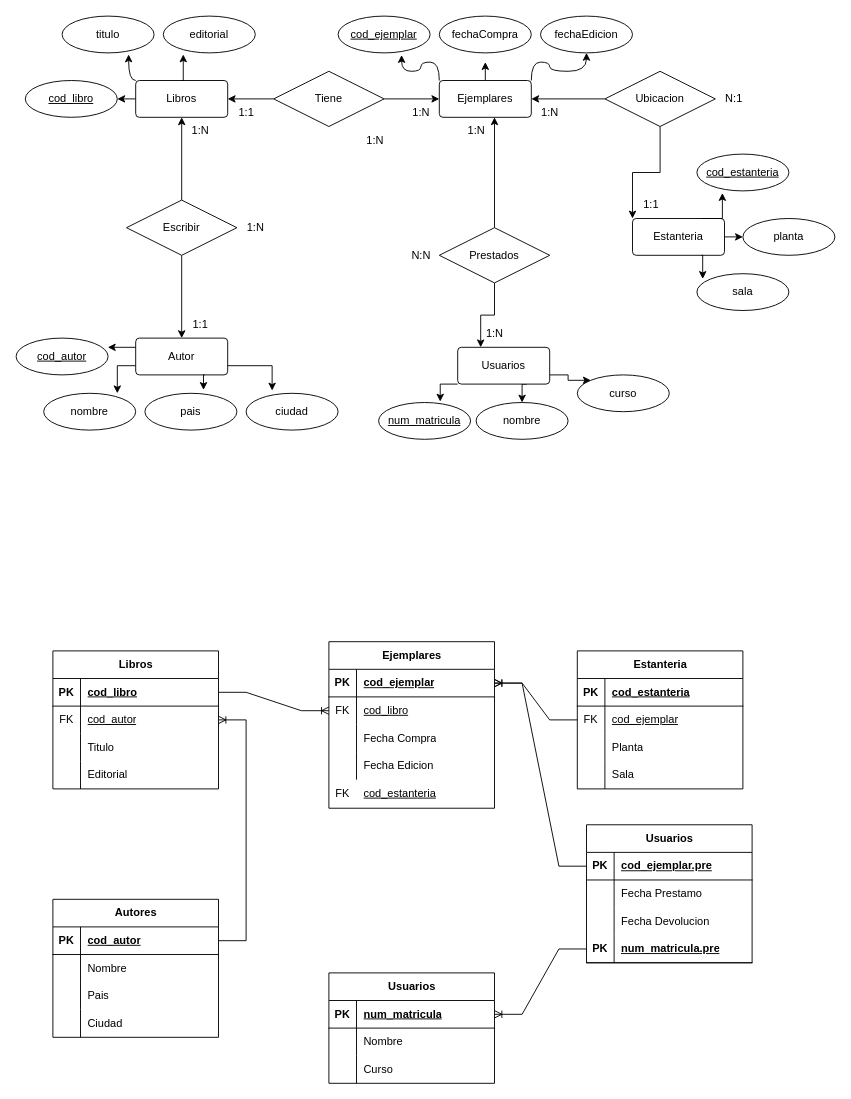
Before: Biblioteca.drawio in Mokius02/basesdedatos, a draw.io diagram. Source tidied: cells renumbered, new cells numbered last; positions are measured from the earlier drawing's top-left corner, leaving out a move shared by most shapes. Both pictures are drawn from the tidied source at 92%, with x=0, y=0 at pixel (16, 16).
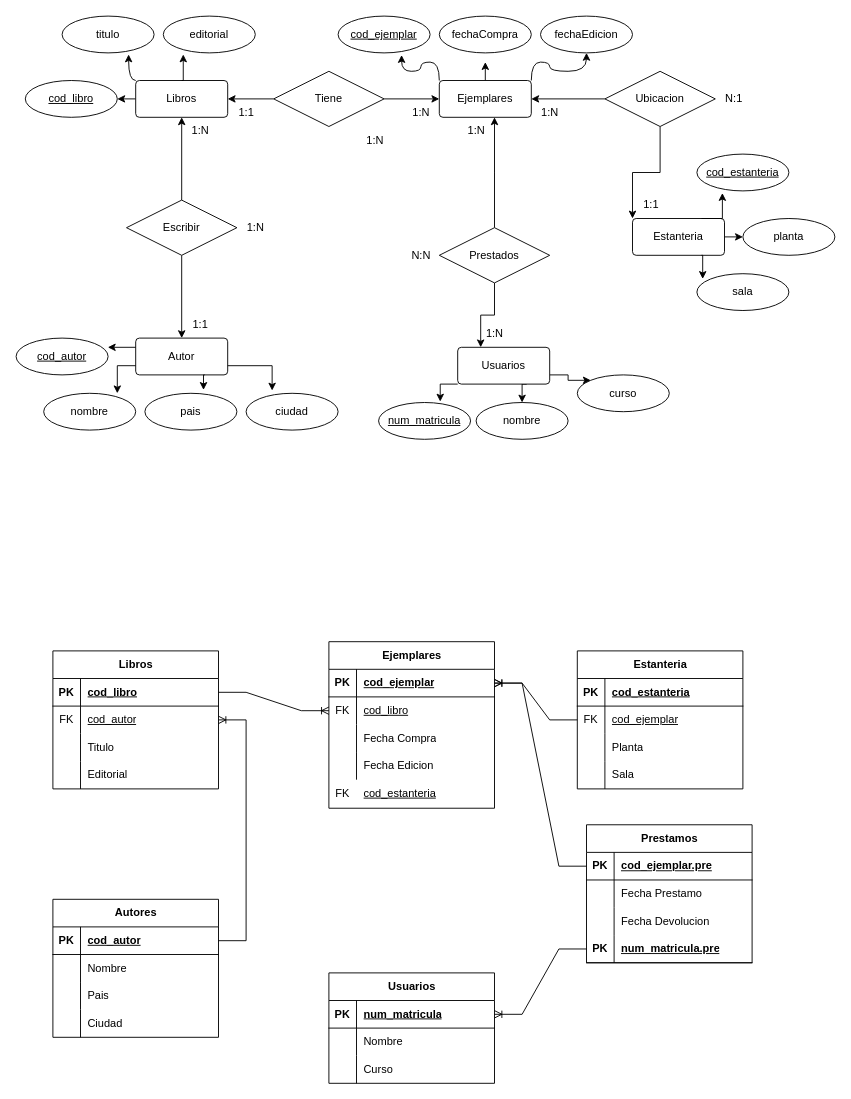
After the change.

Diff of the diagram source:
```diff
@@
-    <mxCell id="131" value="Usuarios" style="shape=table;startSize=30;childLayout=tableLayout;rowLines=0;fontStyle=1;align=center;html=1;" parent="1" vertex="1">
+    <mxCell id="131" value="Prestamos" style="shape=table;startSize=30;childLayout=tableLayout;rowLines=0;fontStyle=1;align=center;html=1;" parent="1" vertex="1">
       <mxGeometry x="620" y="879" width="180" height="150" as="geometry" />
     </mxCell>
```
